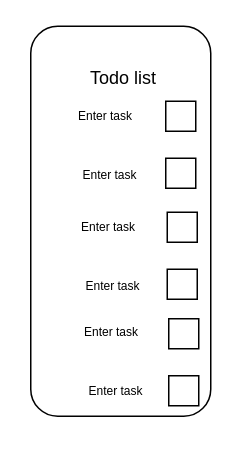
MAL-12DGT-2025/create-a-todo-list-using-tkinter-oa22010 keeps this draw.io diagram as todo.drawio. Above is the earlier version. Source tidied: cells renumbered, new cells numbered last; positions are measured from the earlier drawing's top-left corner, leaving out a move shared by most shapes. Both pictures are drawn from the tidied source at 150%, with x=0, y=0 at pixel (30, 26).
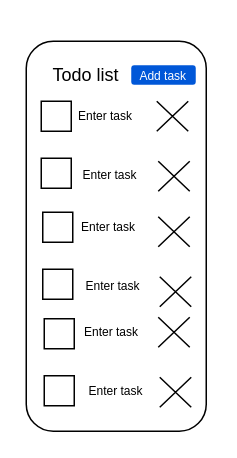
The same page after the edit.

Commit message:
Created second and probabky final draft of todo list design

What changed in the source:
```diff
@@
     <mxCell id="2" style="rounded=1;whiteSpace=wrap;html=1;" parent="1" vertex="1">
-      <mxGeometry width="120" height="260" as="geometry" />
+      <mxGeometry x="-3" y="10" width="120" height="260" as="geometry" />
     </mxCell>
-    <mxCell id="3" style="rounded=0;whiteSpace=wrap;html=1;" parent="1" vertex="1">
-      <mxGeometry x="90" y="50" width="20" height="20" as="geometry" />
+    <mxCell id="3" style="rounded=0;whiteSpace=wrap;html=1;align=center;" parent="1" vertex="1">
+      <mxGeometry x="7" y="50" width="20" height="20" as="geometry" />
     </mxCell>
-    <mxCell id="4" style="rounded=0;whiteSpace=wrap;html=1;" parent="1" vertex="1">
-      <mxGeometry x="90" y="88" width="20" height="20" as="geometry" />
+    <mxCell id="4" style="rounded=0;whiteSpace=wrap;html=1;align=center;" parent="1" vertex="1">
+      <mxGeometry x="7" y="88" width="20" height="20" as="geometry" />
     </mxCell>
-    <mxCell id="5" style="rounded=0;whiteSpace=wrap;html=1;" parent="1" vertex="1">
-      <mxGeometry x="91" y="124" width="20" height="20" as="geometry" />
+    <mxCell id="5" style="rounded=0;whiteSpace=wrap;html=1;align=center;" parent="1" vertex="1">
+      <mxGeometry x="8" y="124" width="20" height="20" as="geometry" />
     </mxCell>
-    <mxCell id="6" style="rounded=0;whiteSpace=wrap;html=1;" parent="1" vertex="1">
-      <mxGeometry x="91" y="162" width="20" height="20" as="geometry" />
+    <mxCell id="6" style="rounded=0;whiteSpace=wrap;html=1;align=center;" parent="1" vertex="1">
+      <mxGeometry x="8" y="162" width="20" height="20" as="geometry" />
     </mxCell>
-    <mxCell id="7" style="rounded=0;whiteSpace=wrap;html=1;" parent="1" vertex="1">
-      <mxGeometry x="92" y="195" width="20" height="20" as="geometry" />
+    <mxCell id="7" style="rounded=0;whiteSpace=wrap;html=1;align=center;" parent="1" vertex="1">
+      <mxGeometry x="9" y="195" width="20" height="20" as="geometry" />
     </mxCell>
-    <mxCell id="8" style="rounded=0;whiteSpace=wrap;html=1;" parent="1" vertex="1">
-      <mxGeometry x="92" y="233" width="20" height="20" as="geometry" />
+    <mxCell id="8" style="rounded=0;whiteSpace=wrap;html=1;align=center;" parent="1" vertex="1">
+      <mxGeometry x="9" y="233" width="20" height="20" as="geometry" />
     </mxCell>
     <mxCell id="9" value="Todo list" style="text;html=1;align=center;verticalAlign=middle;whiteSpace=wrap;rounded=0;" parent="1" vertex="1">
-      <mxGeometry x="32" y="20" width="60" height="30" as="geometry" />
+      <mxGeometry x="7" y="17.5" width="60" height="30" as="geometry" />
     </mxCell>
@@
+    <mxCell id="16" style="shape=mxgraph.sysml.x;" parent="1" vertex="1">
+      <mxGeometry x="84" y="50" width="21" height="20" as="geometry" />
+    </mxCell>
+    <mxCell id="17" style="shape=mxgraph.sysml.x;" parent="1" vertex="1">
+      <mxGeometry x="85" y="90" width="21" height="20" as="geometry" />
+    </mxCell>
+    <mxCell id="18" style="shape=mxgraph.sysml.x;" parent="1" vertex="1">
+      <mxGeometry x="85" y="127" width="21" height="20" as="geometry" />
+    </mxCell>
+    <mxCell id="19" style="shape=mxgraph.sysml.x;" parent="1" vertex="1">
+      <mxGeometry x="86" y="167" width="21" height="20" as="geometry" />
+    </mxCell>
+    <mxCell id="20" style="shape=mxgraph.sysml.x;" parent="1" vertex="1">
+      <mxGeometry x="85" y="194" width="21" height="20" as="geometry" />
+    </mxCell>
+    <mxCell id="21" style="shape=mxgraph.sysml.x;" parent="1" vertex="1">
+      <mxGeometry x="86" y="234" width="21" height="20" as="geometry" />
+    </mxCell>
+    <mxCell id="22" value="Add task" style="rounded=1;fillColor=#0057D8;strokeColor=none;html=1;whiteSpace=wrap;fontColor=#ffffff;align=center;verticalAlign=middle;fontStyle=0;fontSize=8;sketch=0;" parent="1" vertex="1">
+      <mxGeometry x="67" y="26" width="43" height="13" as="geometry" />
+    </mxCell>
```
